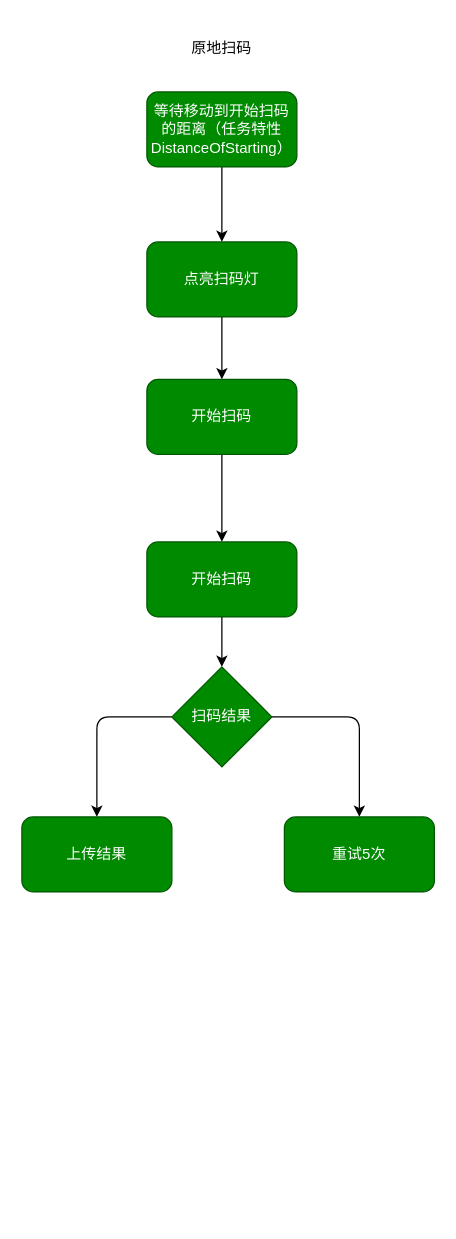
This is page "ScanCode" (4 of 6) of 任务流程.drawio from DavidZhiXing/AgvBook, a draw.io file, before an edit. Source tidied: cells renumbered, new cells numbered last; positions are measured from the earlier drawing's top-left corner, leaving out a move shared by most shapes. Both pictures are drawn from the tidied source at 125%, with x=0, y=0 at pixel (21, 29).
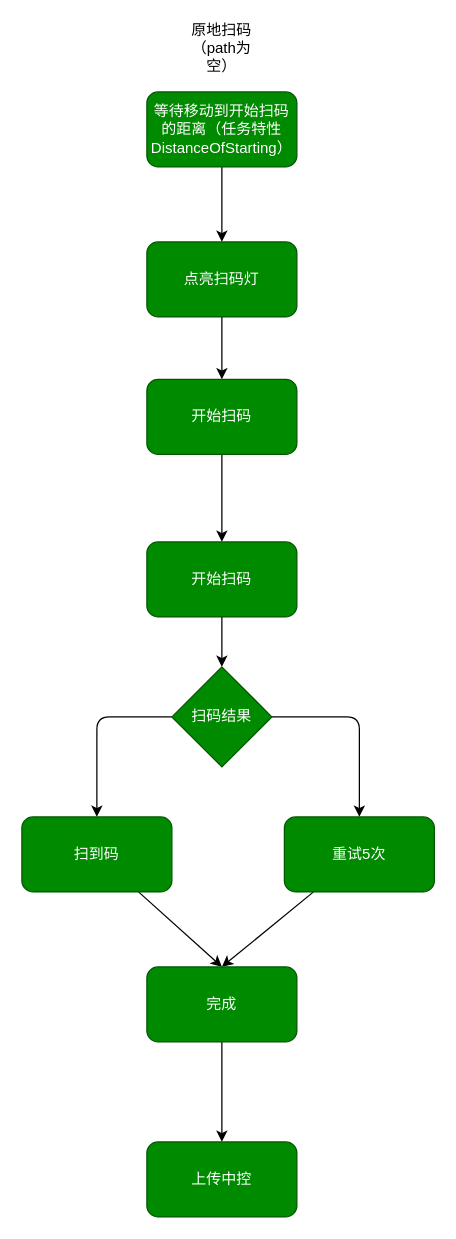
After the change.

Commit message (it also covers changes not shown here):
error code design

The change refers to these unchanged cells:
```xml
<mxCell id="15" value="重试5次" style="rounded=1;whiteSpace=wrap;html=1;fillColor=#008a00;fontColor=#ffffff;strokeColor=#005700;" parent="1" vertex="1">
  <mxGeometry x="210" y="630" width="120" height="60" as="geometry" />
</mxCell>
```

Diff of the diagram source:
```diff
@@
-    <mxCell id="4" value="原地扫码" style="text;html=1;strokeColor=none;fillColor=none;align=center;verticalAlign=middle;whiteSpace=wrap;rounded=0;" parent="1" vertex="1">
+    <mxCell id="4" value="原地扫码（path为空）" style="text;html=1;strokeColor=none;fillColor=none;align=center;verticalAlign=middle;whiteSpace=wrap;rounded=0;" parent="1" vertex="1">
       <mxGeometry x="130" width="60" height="30" as="geometry" />
     </mxCell>
@@
+    <mxCell id="16" style="edgeStyle=none;html=1;entryX=0.5;entryY=0;entryDx=0;entryDy=0;" parent="1" edge="1" source="14" target="19">
+      <mxGeometry relative="1" as="geometry" />
+    </mxCell>
-    <mxCell id="14" value="上传结果" style="rounded=1;whiteSpace=wrap;html=1;fillColor=#008a00;fontColor=#ffffff;strokeColor=#005700;" parent="1" vertex="1">
+    <mxCell id="14" value="扫到码" style="rounded=1;whiteSpace=wrap;html=1;fillColor=#008a00;fontColor=#ffffff;strokeColor=#005700;" parent="1" vertex="1">
       <mxGeometry y="630" width="120" height="60" as="geometry" />
     </mxCell>
+    <mxCell id="17" style="edgeStyle=none;html=1;entryX=0.5;entryY=0;entryDx=0;entryDy=0;" parent="1" edge="1" source="15" target="19">
+      <mxGeometry relative="1" as="geometry" />
+    </mxCell>
@@
+    <mxCell id="18" style="edgeStyle=none;html=1;" parent="1" edge="1" source="19" target="20">
+      <mxGeometry relative="1" as="geometry" />
+    </mxCell>
+    <mxCell id="19" value="完成" style="rounded=1;whiteSpace=wrap;html=1;fillColor=#008a00;fontColor=#ffffff;strokeColor=#005700;" parent="1" vertex="1">
+      <mxGeometry x="100" y="750" width="120" height="60" as="geometry" />
+    </mxCell>
+    <mxCell id="20" value="上传中控" style="rounded=1;whiteSpace=wrap;html=1;fillColor=#008a00;fontColor=#ffffff;strokeColor=#005700;" parent="1" vertex="1">
+      <mxGeometry x="100" y="890" width="120" height="60" as="geometry" />
+    </mxCell>
```
